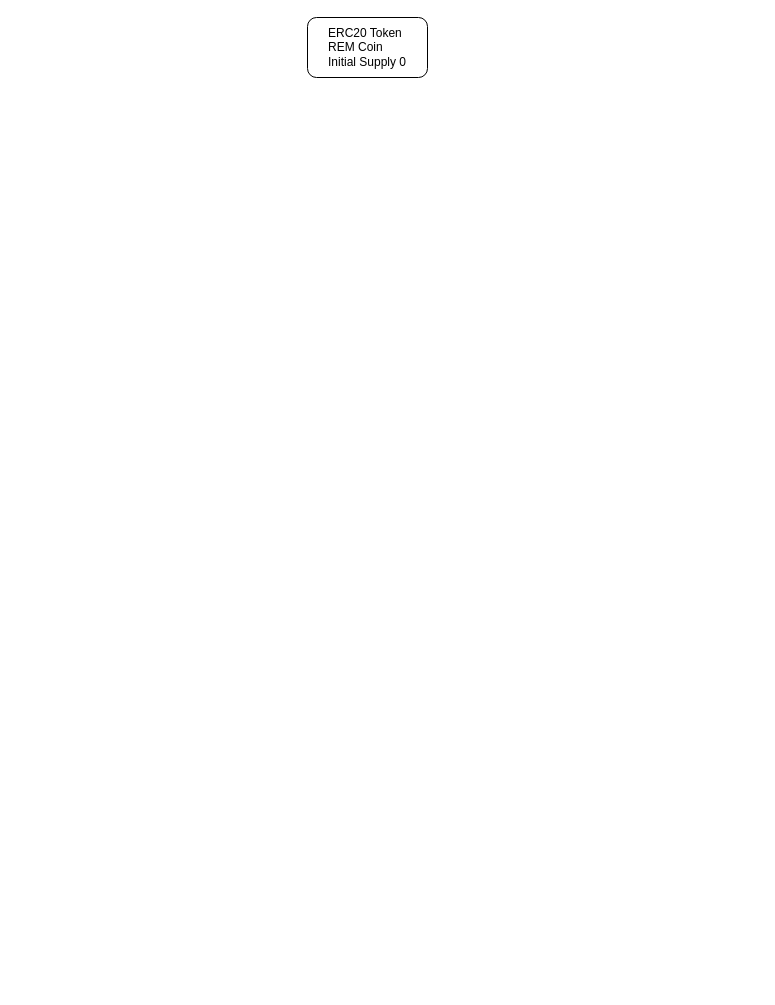
Earlier version of the draw.io diagram Untitled Diagram.drawio (ashrhmn/draw.io). Source tidied: cells renumbered, new cells numbered last; positions are measured from the earlier drawing's top-left corner, leaving out a move shared by most shapes. Both pictures are drawn from the tidied source at 100%, with x=0, y=0 at pixel (307, 17).
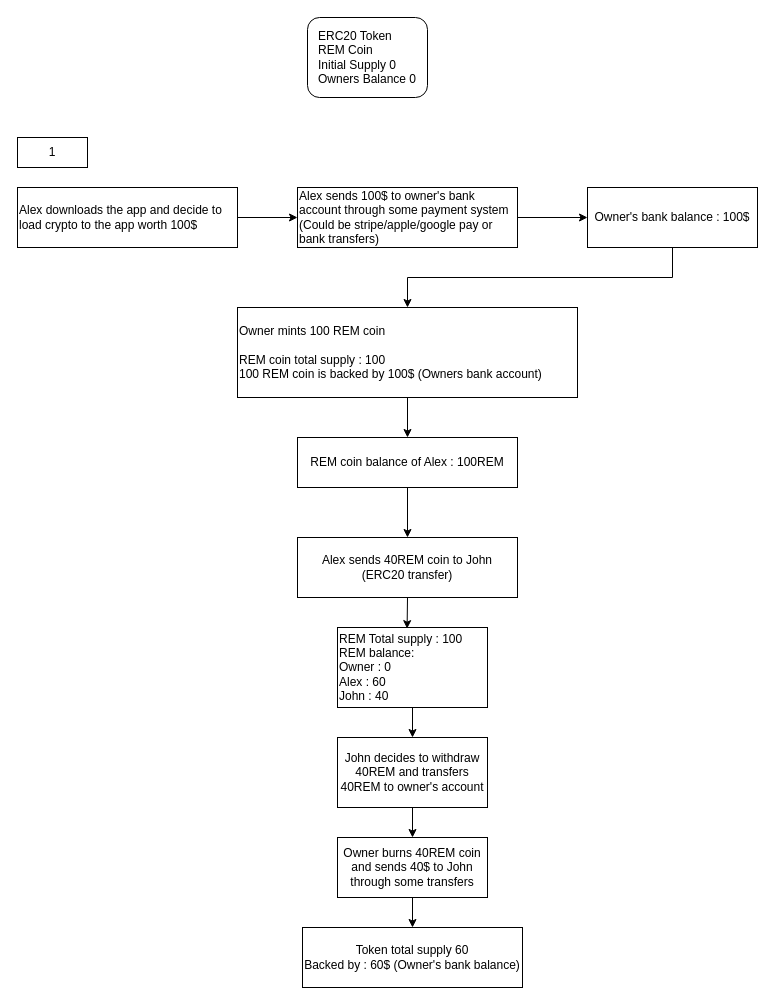
After the change.

What changed in the source:
```diff
@@
-    <mxCell id="2" value="&lt;div style=&quot;text-align: left;&quot;&gt;&lt;span style=&quot;background-color: initial;&quot;&gt;ERC20 Token&lt;/span&gt;&lt;/div&gt;&lt;div style=&quot;text-align: left;&quot;&gt;&lt;span style=&quot;background-color: initial;&quot;&gt;REM Coin&lt;/span&gt;&lt;/div&gt;&lt;div style=&quot;text-align: left;&quot;&gt;&lt;span style=&quot;background-color: initial;&quot;&gt;Initial Supply 0&lt;/span&gt;&lt;/div&gt;" style="rounded=1;whiteSpace=wrap;html=1;" parent="1" vertex="1">
-      <mxGeometry width="120" height="60" as="geometry" />
+    <mxCell id="2" value="&lt;div style=&quot;text-align: left;&quot;&gt;&lt;span style=&quot;background-color: initial;&quot;&gt;ERC20 Token&lt;/span&gt;&lt;/div&gt;&lt;div style=&quot;text-align: left;&quot;&gt;&lt;span style=&quot;background-color: initial;&quot;&gt;REM Coin&lt;/span&gt;&lt;/div&gt;&lt;div style=&quot;text-align: left;&quot;&gt;&lt;span style=&quot;background-color: initial;&quot;&gt;Initial Supply 0&lt;/span&gt;&lt;/div&gt;&lt;div style=&quot;text-align: left;&quot;&gt;&lt;span style=&quot;background-color: initial;&quot;&gt;Owners Balance 0&lt;/span&gt;&lt;/div&gt;" style="rounded=1;whiteSpace=wrap;html=1;" parent="1" vertex="1">
+      <mxGeometry width="120" height="80" as="geometry" />
     </mxCell>
+    <mxCell id="3" value="1" style="rounded=0;whiteSpace=wrap;html=1;" parent="1" vertex="1">
+      <mxGeometry x="-290" y="120" width="70" height="30" as="geometry" />
+    </mxCell>
+    <mxCell id="4" style="edgeStyle=orthogonalEdgeStyle;rounded=0;jettySize=auto;html=1;exitX=1;exitY=0.5;exitDx=0;exitDy=0;entryX=0;entryY=0.5;entryDx=0;entryDy=0;" parent="1" edge="1" source="5" target="7">
+      <mxGeometry relative="1" as="geometry" />
+    </mxCell>
+    <mxCell id="5" value="Alex downloads the app and decide to load crypto to the app worth 100$" style="rounded=0;whiteSpace=wrap;html=1;align=left;" parent="1" vertex="1">
+      <mxGeometry x="-290" y="170" width="220" height="60" as="geometry" />
+    </mxCell>
+    <mxCell id="6" style="edgeStyle=orthogonalEdgeStyle;rounded=0;jettySize=auto;html=1;exitX=1;exitY=0.5;exitDx=0;exitDy=0;entryX=0;entryY=0.5;entryDx=0;entryDy=0;" parent="1" edge="1" source="7" target="9">
+      <mxGeometry relative="1" as="geometry" />
+    </mxCell>
+    <mxCell id="7" value="Alex sends 100$ to owner's bank account through some payment system (Could be stripe/apple/google pay or bank transfers)" style="rounded=0;whiteSpace=wrap;html=1;align=left;" parent="1" vertex="1">
+      <mxGeometry x="-10" y="170" width="220" height="60" as="geometry" />
+    </mxCell>
+    <mxCell id="8" style="edgeStyle=orthogonalEdgeStyle;rounded=0;jettySize=auto;html=1;exitX=0.5;exitY=1;exitDx=0;exitDy=0;entryX=0.5;entryY=0;entryDx=0;entryDy=0;" parent="1" edge="1" source="9" target="11">
+      <mxGeometry relative="1" as="geometry" />
+    </mxCell>
+    <mxCell id="9" value="Owner's bank balance : 100$" style="rounded=0;whiteSpace=wrap;html=1;" parent="1" vertex="1">
+      <mxGeometry x="280" y="170" width="170" height="60" as="geometry" />
+    </mxCell>
+    <mxCell id="10" style="edgeStyle=orthogonalEdgeStyle;rounded=0;jettySize=auto;html=1;exitX=0.5;exitY=1;exitDx=0;exitDy=0;entryX=0.5;entryY=0;entryDx=0;entryDy=0;" parent="1" edge="1" source="11" target="13">
+      <mxGeometry relative="1" as="geometry" />
+    </mxCell>
+    <mxCell id="11" value="Owner mints 100 REM coin&lt;br&gt;&lt;br&gt;REM coin total supply : 100&lt;br&gt;100 REM coin is backed by 100$ (Owners bank account)" style="rounded=0;whiteSpace=wrap;html=1;align=left;" parent="1" vertex="1">
+      <mxGeometry x="-70" y="290" width="340" height="90" as="geometry" />
+    </mxCell>
+    <mxCell id="12" style="edgeStyle=orthogonalEdgeStyle;rounded=0;jettySize=auto;html=1;exitX=0.5;exitY=1;exitDx=0;exitDy=0;entryX=0.5;entryY=0;entryDx=0;entryDy=0;" parent="1" edge="1" source="13" target="15">
+      <mxGeometry relative="1" as="geometry" />
+    </mxCell>
+    <mxCell id="13" value="REM coin balance of Alex : 100REM" style="rounded=0;whiteSpace=wrap;html=1;" parent="1" vertex="1">
+      <mxGeometry x="-10" y="420" width="220" height="50" as="geometry" />
+    </mxCell>
+    <mxCell id="14" style="edgeStyle=orthogonalEdgeStyle;rounded=0;jettySize=auto;html=1;exitX=0.5;exitY=1;exitDx=0;exitDy=0;entryX=0.464;entryY=0.014;entryDx=0;entryDy=0;entryPerimeter=0;" parent="1" edge="1" source="15" target="17">
+      <mxGeometry relative="1" as="geometry" />
+    </mxCell>
+    <mxCell id="15" value="Alex sends 40REM coin to John&lt;br&gt;(ERC20 transfer)" style="rounded=0;whiteSpace=wrap;html=1;" parent="1" vertex="1">
+      <mxGeometry x="-10" y="520" width="220" height="60" as="geometry" />
+    </mxCell>
+    <mxCell id="16" style="edgeStyle=orthogonalEdgeStyle;rounded=0;jettySize=auto;html=1;exitX=0.5;exitY=1;exitDx=0;exitDy=0;entryX=0.5;entryY=0;entryDx=0;entryDy=0;" parent="1" edge="1" source="17" target="19">
+      <mxGeometry relative="1" as="geometry" />
+    </mxCell>
+    <mxCell id="17" value="REM Total supply : 100&lt;br&gt;REM balance:&lt;br&gt;Owner : 0&lt;br&gt;Alex : 60&lt;br&gt;John : 40" style="rounded=0;whiteSpace=wrap;html=1;align=left;" parent="1" vertex="1">
+      <mxGeometry x="30" y="610" width="150" height="80" as="geometry" />
+    </mxCell>
+    <mxCell id="18" style="edgeStyle=orthogonalEdgeStyle;rounded=0;jettySize=auto;html=1;exitX=0.5;exitY=1;exitDx=0;exitDy=0;entryX=0.5;entryY=0;entryDx=0;entryDy=0;" parent="1" edge="1" source="19" target="21">
+      <mxGeometry relative="1" as="geometry" />
+    </mxCell>
+    <mxCell id="19" value="John decides to withdraw 40REM and transfers 40REM to owner's account" style="rounded=0;whiteSpace=wrap;html=1;" parent="1" vertex="1">
+      <mxGeometry x="30" y="720" width="150" height="70" as="geometry" />
+    </mxCell>
+    <mxCell id="20" style="edgeStyle=orthogonalEdgeStyle;rounded=0;jettySize=auto;html=1;exitX=0.5;exitY=1;exitDx=0;exitDy=0;entryX=0.5;entryY=0;entryDx=0;entryDy=0;" parent="1" edge="1" source="21" target="22">
+      <mxGeometry relative="1" as="geometry" />
+    </mxCell>
+    <mxCell id="21" value="Owner burns 40REM coin and sends 40$ to John through some transfers" style="rounded=0;whiteSpace=wrap;html=1;" parent="1" vertex="1">
+      <mxGeometry x="30" y="820" width="150" height="60" as="geometry" />
+    </mxCell>
+    <mxCell id="22" value="Token total supply 60&lt;br&gt;Backed by : 60$ (Owner's bank balance)" style="rounded=0;whiteSpace=wrap;html=1;" parent="1" vertex="1">
+      <mxGeometry x="-5" y="910" width="220" height="60" as="geometry" />
+    </mxCell>
```
